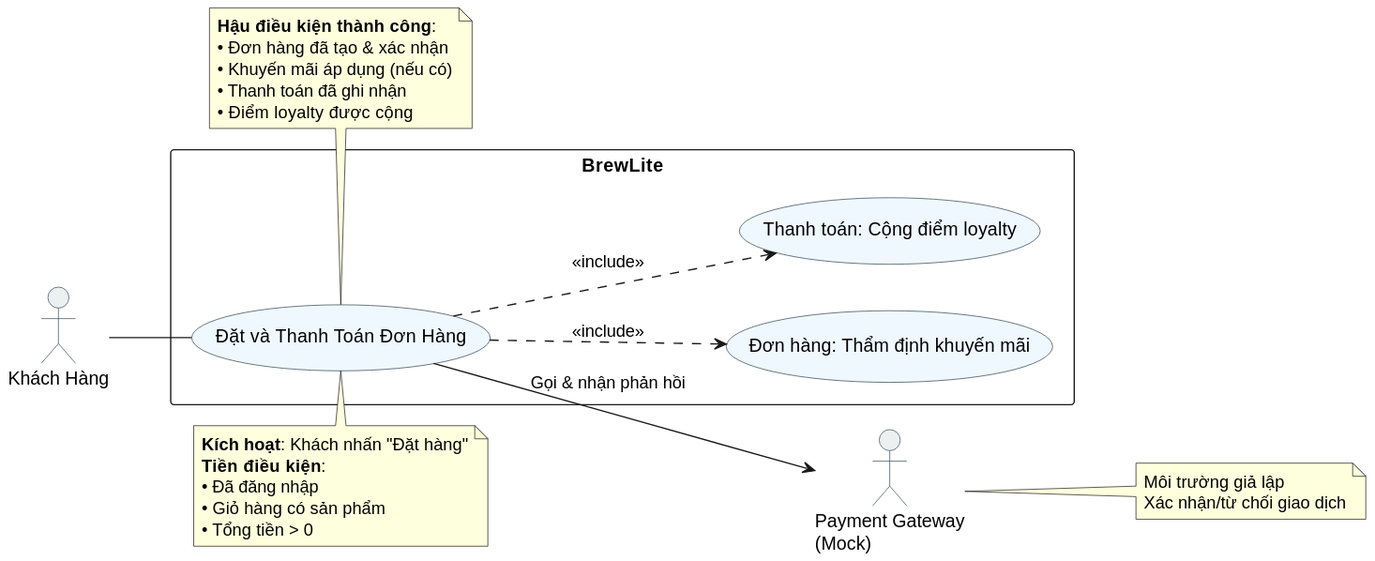
Before: docs/diagrams/task1.3-diagram.svg, a diagram exported from PlantUML (leduc16102006-jpg/assiment2). Source of this version:
```plantuml
@startuml

left to right direction
skinparam useCase {
  BackgroundColor #f0f8ff
  BorderColor #2c3e50
}
skinparam actor {
  BackgroundColor #ecf0f1
  BorderColor #34495e
}

actor "Khách Hàng" as KH

rectangle "BrewLite" {
  (Đặt và Thanh Toán Đơn Hàng) as UC_MAIN

  (Đơn hàng: Thẩm định khuyến mãi) as UC_PROMO
  (Thanh toán: Cộng điểm loyalty) as UC_LOYALTY
}

actor "Payment Gateway\n(Mock)" as PG

KH -- UC_MAIN

UC_MAIN -[dashed]-> UC_PROMO : <<include>>
UC_MAIN -[dashed]-> UC_LOYALTY : <<include>>

UC_MAIN --> PG : Gọi & nhận phản hồi

note top of UC_MAIN
  **Kích hoạt**: Khách nhấn "Đặt hàng"
  **Tiền điều kiện**:
  • Đã đăng nhập
  • Giỏ hàng có sản phẩm
  • Tổng tiền > 0
end note

note bottom of UC_MAIN
  **Hậu điều kiện thành công**:
  • Đơn hàng đã tạo & xác nhận
  • Khuyến mãi áp dụng (nếu có)
  • Thanh toán đã ghi nhận
  • Điểm loyalty được cộng
end note

note right of PG
  Môi trường giả lập
  Xác nhận/từ chối giao dịch
end note
@enduml
```
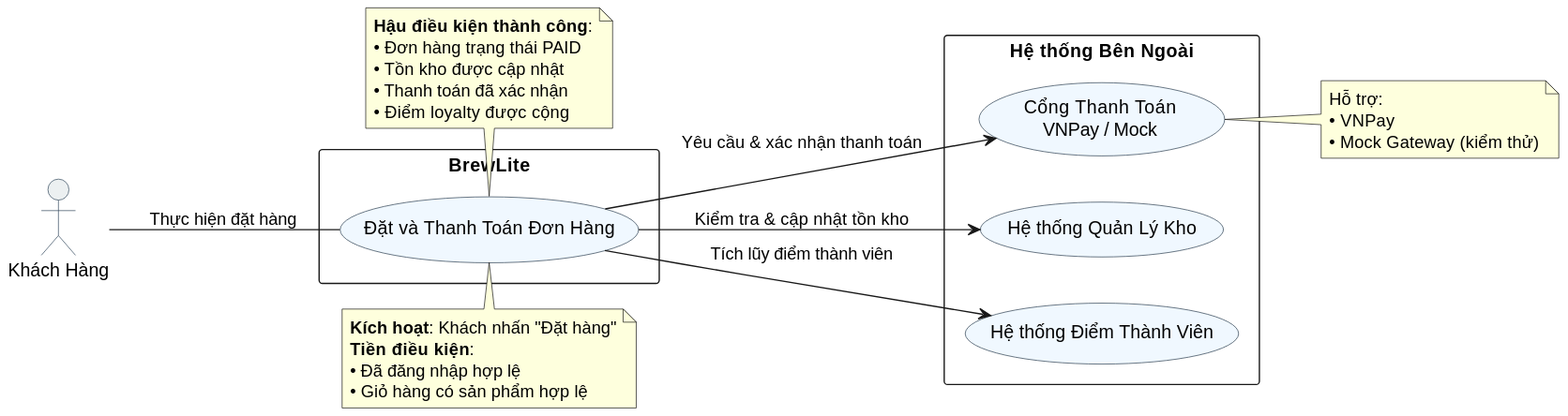
After the change.

Change to the diagram source:
```diff
@@ -14,38 +14,37 @@
 
 rectangle "BrewLite" {
   (Đặt và Thanh Toán Đơn Hàng) as UC_MAIN
-
-  (Đơn hàng: Thẩm định khuyến mãi) as UC_PROMO
-  (Thanh toán: Cộng điểm loyalty) as UC_LOYALTY
 }
 
-actor "Payment Gateway\n(Mock)" as PG
+rectangle "Hệ thống Bên Ngoài" {
+  (Cổng Thanh Toán\nVNPay / Mock) as PG
+  (Hệ thống Quản Lý Kho) as KHO
+  (Hệ thống Điểm Thành Viên) as LOYALTY
+}
 
-KH -- UC_MAIN
-
-UC_MAIN -[dashed]-> UC_PROMO : <<include>>
-UC_MAIN -[dashed]-> UC_LOYALTY : <<include>>
-
-UC_MAIN --> PG : Gọi & nhận phản hồi
+KH -- UC_MAIN : Thực hiện đặt hàng
+UC_MAIN --> PG : Yêu cầu & xác nhận thanh toán
+UC_MAIN --> KHO : Kiểm tra & cập nhật tồn kho
+UC_MAIN --> LOYALTY : Tích lũy điểm thành viên
 
 note top of UC_MAIN
   **Kích hoạt**: Khách nhấn "Đặt hàng"
   **Tiền điều kiện**:
-  • Đã đăng nhập
-  • Giỏ hàng có sản phẩm
-  • Tổng tiền > 0
+  • Đã đăng nhập hợp lệ
+  • Giỏ hàng có sản phẩm hợp lệ
 end note
 
 note bottom of UC_MAIN
   **Hậu điều kiện thành công**:
-  • Đơn hàng đã tạo & xác nhận
-  • Khuyến mãi áp dụng (nếu có)
-  • Thanh toán đã ghi nhận
+  • Đơn hàng trạng thái PAID
+  • Tồn kho được cập nhật
+  • Thanh toán đã xác nhận
   • Điểm loyalty được cộng
 end note
 
 note right of PG
-  Môi trường giả lập
-  Xác nhận/từ chối giao dịch
+  Hỗ trợ:
+  • VNPay
+  • Mock Gateway (kiểm thử)
 end note
 @enduml
```
